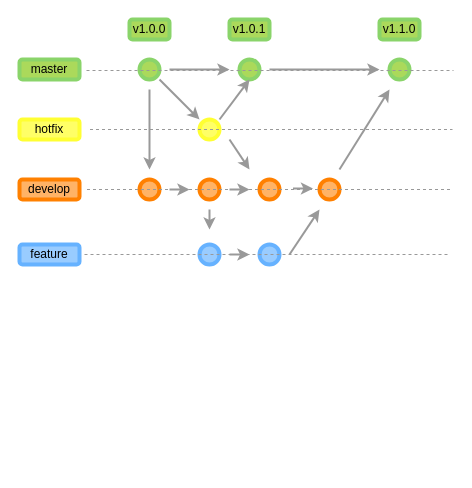
Before: gitflow.drawio in aleonly/drawio, a draw.io diagram. Source tidied: cells renumbered, new cells numbered last; positions are measured from the earlier drawing's top-left corner, leaving out a move shared by most shapes. Both pictures are drawn from the tidied source at 100%, with x=0, y=0 at pixel (19, 19).
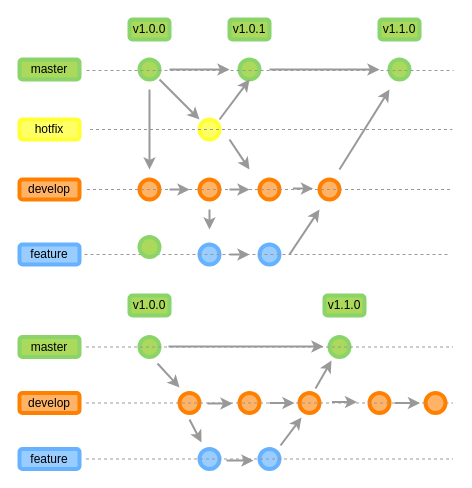
The same diagram, later.

Change to the diagram source:
```diff
@@
+    <mxCell id="36" value="master" style="rounded=1;whiteSpace=wrap;html=1;strokeColor=#8AD46A;strokeWidth=4;fillColor=#ABD95B;" parent="1" vertex="1">
+      <mxGeometry y="317.5" width="60" height="20" as="geometry" />
+    </mxCell>
+    <mxCell id="37" style="ellipse;whiteSpace=wrap;html=1;fillColor=#ABD95B;strokeColor=#8AD46A;strokeWidth=4;fontColor=#ffffff;" parent="1" vertex="1">
+      <mxGeometry x="120" y="317.5" width="20" height="20" as="geometry" />
+    </mxCell>
+    <mxCell id="38" style="ellipse;whiteSpace=wrap;html=1;fillColor=#ABD95B;strokeColor=#8AD46A;strokeWidth=4;fontColor=#ffffff;" parent="1" vertex="1">
+      <mxGeometry x="120" y="217.5" width="20" height="20" as="geometry" />
+    </mxCell>
+    <mxCell id="39" style="ellipse;whiteSpace=wrap;html=1;fillColor=#ABD95B;strokeColor=#8AD46A;strokeWidth=4;fontColor=#ffffff;" parent="1" vertex="1">
+      <mxGeometry x="310" y="317.5" width="20" height="20" as="geometry" />
+    </mxCell>
+    <mxCell id="40" value="develop" style="rounded=1;whiteSpace=wrap;html=1;strokeColor=#FF8000;strokeWidth=4;fillColor=#FFB366;" parent="1" vertex="1">
+      <mxGeometry y="373.5" width="60" height="20" as="geometry" />
+    </mxCell>
+    <mxCell id="41" style="ellipse;whiteSpace=wrap;html=1;fillColor=#FFB366;strokeColor=#FF8000;strokeWidth=4;fontColor=#ffffff;" parent="1" vertex="1">
+      <mxGeometry x="160" y="373.5" width="20" height="20" as="geometry" />
+    </mxCell>
+    <mxCell id="42" style="ellipse;whiteSpace=wrap;html=1;fillColor=#FFB366;strokeColor=#FF8000;strokeWidth=4;fontColor=#ffffff;" parent="1" vertex="1">
+      <mxGeometry x="220" y="373.5" width="20" height="20" as="geometry" />
+    </mxCell>
+    <mxCell id="43" style="ellipse;whiteSpace=wrap;html=1;fillColor=#FFB366;strokeColor=#FF8000;strokeWidth=4;fontColor=#ffffff;" parent="1" vertex="1">
+      <mxGeometry x="280" y="373.5" width="20" height="20" as="geometry" />
+    </mxCell>
+    <mxCell id="44" value="v1.0.0" style="rounded=1;whiteSpace=wrap;html=1;strokeColor=#8AD46A;strokeWidth=4;fillColor=#ABD95B;" parent="1" vertex="1">
+      <mxGeometry x="110" y="276" width="40" height="20" as="geometry" />
+    </mxCell>
+    <mxCell id="45" value="v1.1.0" style="rounded=1;whiteSpace=wrap;html=1;strokeColor=#8AD46A;strokeWidth=4;fillColor=#ABD95B;" parent="1" vertex="1">
+      <mxGeometry x="305" y="276" width="40" height="20" as="geometry" />
+    </mxCell>
+    <mxCell id="46" style="endArrow=none;dashed=1;html=1;strokeColor=#999999;" parent="1" edge="1">
+      <mxGeometry relative="1" as="geometry">
+        <mxPoint x="66.5" y="327.5" as="sourcePoint" />
+        <mxPoint x="433.5" y="327.5" as="targetPoint" />
+      </mxGeometry>
+    </mxCell>
+    <mxCell id="47" style="endArrow=none;dashed=1;html=1;strokeColor=#999999;" parent="1" edge="1" source="55">
+      <mxGeometry relative="1" as="geometry">
+        <mxPoint x="433.5" y="383.5" as="targetPoint" />
+      </mxGeometry>
+    </mxCell>
+    <mxCell id="48" style="endArrow=classic;html=1;strokeWidth=2;strokeColor=#999999;" parent="1" edge="1">
+      <mxGeometry relative="1" as="geometry">
+        <mxPoint x="138" y="344" as="sourcePoint" />
+        <mxPoint x="160" y="368" as="targetPoint" />
+      </mxGeometry>
+    </mxCell>
+    <mxCell id="49" style="ellipse;whiteSpace=wrap;html=1;fillColor=#FFB366;strokeColor=#FF8000;strokeWidth=4;fontColor=#ffffff;" parent="1" vertex="1">
+      <mxGeometry x="350" y="373.5" width="20" height="20" as="geometry" />
+    </mxCell>
+    <mxCell id="50" style="endArrow=classic;html=1;strokeWidth=2;strokeColor=#999999;" parent="1" edge="1">
+      <mxGeometry relative="1" as="geometry">
+        <mxPoint x="149" y="327" as="sourcePoint" />
+        <mxPoint x="304" y="327" as="targetPoint" />
+      </mxGeometry>
+    </mxCell>
+    <mxCell id="51" style="endArrow=classic;html=1;strokeWidth=2;strokeColor=#999999;" parent="1" edge="1">
+      <mxGeometry relative="1" as="geometry">
+        <mxPoint x="188" y="384" as="sourcePoint" />
+        <mxPoint x="213" y="384" as="targetPoint" />
+      </mxGeometry>
+    </mxCell>
+    <mxCell id="52" style="endArrow=classic;html=1;strokeWidth=2;strokeColor=#999999;" parent="1" edge="1">
+      <mxGeometry relative="1" as="geometry">
+        <mxPoint x="250" y="383.5" as="sourcePoint" />
+        <mxPoint x="275" y="383.5" as="targetPoint" />
+      </mxGeometry>
+    </mxCell>
+    <mxCell id="53" style="endArrow=classic;html=1;strokeWidth=2;strokeColor=#999999;" parent="1" edge="1">
+      <mxGeometry relative="1" as="geometry">
+        <mxPoint x="296" y="369" as="sourcePoint" />
+        <mxPoint x="312" y="341" as="targetPoint" />
+      </mxGeometry>
+    </mxCell>
+    <mxCell id="54" style="endArrow=classic;html=1;strokeWidth=2;strokeColor=#999999;" parent="1" edge="1">
+      <mxGeometry relative="1" as="geometry">
+        <mxPoint x="312.5" y="382.5" as="sourcePoint" />
+        <mxPoint x="337.5" y="382.5" as="targetPoint" />
+      </mxGeometry>
+    </mxCell>
+    <mxCell id="55" style="ellipse;whiteSpace=wrap;html=1;fillColor=#FFB366;strokeColor=#FF8000;strokeWidth=4;fontColor=#ffffff;" parent="1" vertex="1">
+      <mxGeometry x="406" y="373.5" width="20" height="20" as="geometry" />
+    </mxCell>
+    <mxCell id="56" style="endArrow=none;dashed=1;html=1;strokeColor=#999999;" parent="1" edge="1" target="55">
+      <mxGeometry relative="1" as="geometry">
+        <mxPoint x="66.5" y="383.5" as="sourcePoint" />
+      </mxGeometry>
+    </mxCell>
+    <mxCell id="57" style="endArrow=classic;html=1;strokeWidth=2;strokeColor=#999999;" parent="1" edge="1">
+      <mxGeometry relative="1" as="geometry">
+        <mxPoint x="375.5" y="383.5" as="sourcePoint" />
+        <mxPoint x="400.5" y="383.5" as="targetPoint" />
+      </mxGeometry>
+    </mxCell>
+    <mxCell id="58" value="feature" style="rounded=1;whiteSpace=wrap;html=1;strokeColor=#66B2FF;strokeWidth=4;fillColor=#99CCFF;" parent="1" vertex="1">
+      <mxGeometry y="429.5" width="60" height="20" as="geometry" />
+    </mxCell>
+    <mxCell id="59" style="ellipse;whiteSpace=wrap;html=1;fillColor=#99CCFF;strokeColor=#66B2FF;strokeWidth=4;fontColor=#ffffff;" parent="1" vertex="1">
+      <mxGeometry x="180" y="429.5" width="20" height="20" as="geometry" />
+    </mxCell>
+    <mxCell id="60" style="endArrow=classic;html=1;strokeWidth=2;strokeColor=#999999;" parent="1" edge="1">
+      <mxGeometry relative="1" as="geometry">
+        <mxPoint x="170" y="400" as="sourcePoint" />
+        <mxPoint x="182" y="423" as="targetPoint" />
+      </mxGeometry>
+    </mxCell>
+    <mxCell id="61" style="ellipse;whiteSpace=wrap;html=1;fillColor=#99CCFF;strokeColor=#66B2FF;strokeWidth=4;fontColor=#ffffff;" parent="1" vertex="1">
+      <mxGeometry x="240" y="429.5" width="20" height="20" as="geometry" />
+    </mxCell>
+    <mxCell id="62" style="endArrow=classic;html=1;strokeWidth=2;strokeColor=#999999;" parent="1" edge="1">
+      <mxGeometry relative="1" as="geometry">
+        <mxPoint x="207" y="441" as="sourcePoint" />
+        <mxPoint x="234" y="441" as="targetPoint" />
+      </mxGeometry>
+    </mxCell>
+    <mxCell id="63" style="endArrow=classic;html=1;strokeWidth=2;strokeColor=#999999;" parent="1" edge="1">
+      <mxGeometry relative="1" as="geometry">
+        <mxPoint x="261" y="426" as="sourcePoint" />
+        <mxPoint x="282" y="398" as="targetPoint" />
+      </mxGeometry>
+    </mxCell>
+    <mxCell id="64" style="endArrow=none;dashed=1;html=1;strokeColor=#999999;" parent="1" edge="1">
+      <mxGeometry relative="1" as="geometry">
+        <mxPoint x="66.5" y="439.5" as="sourcePoint" />
+        <mxPoint x="433.5" y="439.5" as="targetPoint" />
+      </mxGeometry>
+    </mxCell>
```
